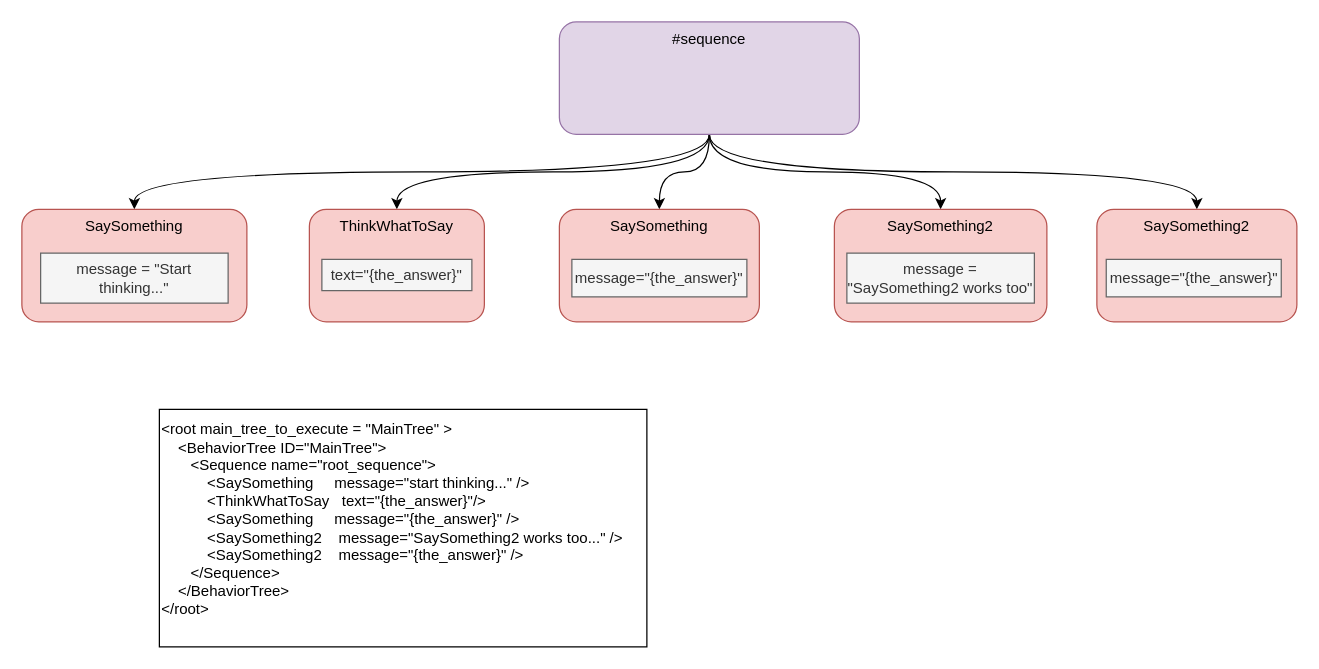
Above: tree.drawio in guitarvydas/behavior_tree_to_cpp (draw.io), before the change. Source tidied: cells renumbered, new cells numbered last; positions are measured from the earlier drawing's top-left corner, leaving out a move shared by most shapes. Both pictures are drawn from the tidied source at 125%, with x=0, y=0 at pixel (21, 21).
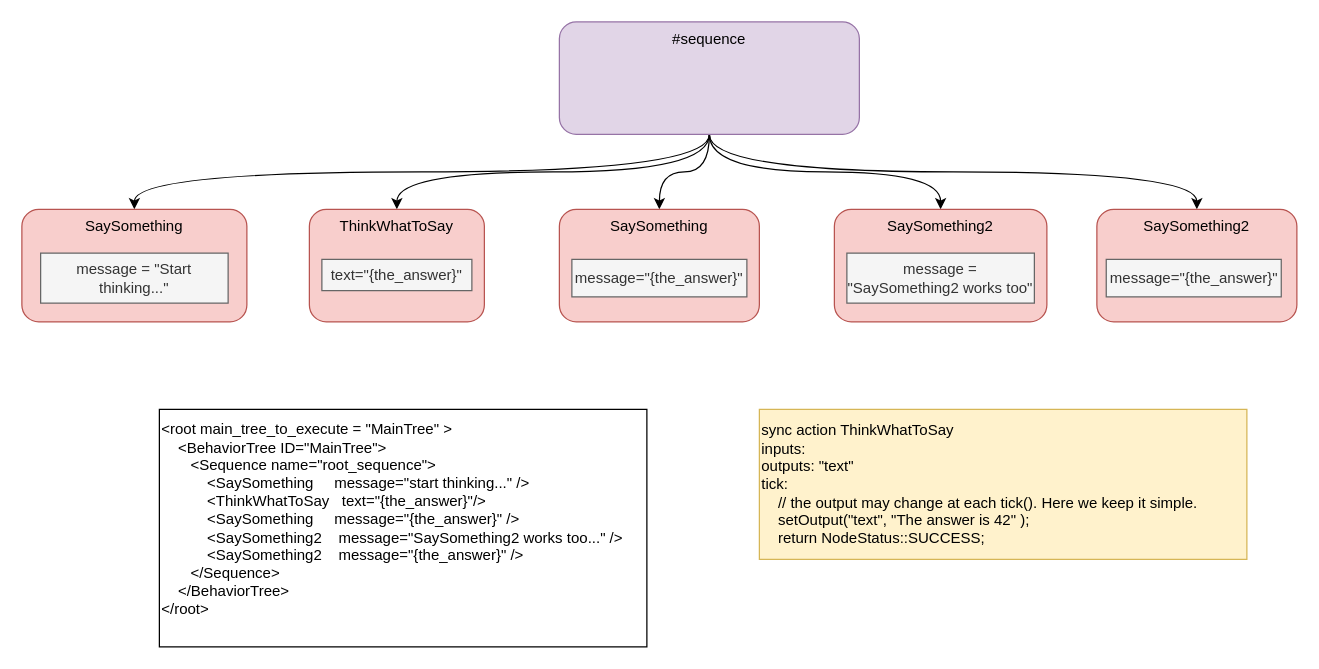
The same diagram, later.

The edit, as a diff of the source:
```diff
@@
 <mxGraphModel>
   <root>
     <mxCell id="0" />
     <mxCell id="1" parent="0" />
     <mxCell id="2" style="edgeStyle=orthogonalEdgeStyle;jettySize=auto;html=1;exitX=0.5;exitY=1;exitDx=0;exitDy=0;verticalAlign=top;curved=1;" parent="1" edge="1" source="7" target="8">
       <mxGeometry relative="1" as="geometry" />
     </mxCell>
     <mxCell id="3" style="edgeStyle=orthogonalEdgeStyle;jettySize=auto;html=1;exitX=0.5;exitY=1;exitDx=0;exitDy=0;curved=1;verticalAlign=top;" parent="1" edge="1" source="7" target="11">
       <mxGeometry relative="1" as="geometry" />
     </mxCell>
     <mxCell id="4" style="edgeStyle=orthogonalEdgeStyle;curved=1;jettySize=auto;html=1;exitX=0.5;exitY=1;exitDx=0;exitDy=0;entryX=0.5;entryY=0;entryDx=0;entryDy=0;verticalAlign=top;" parent="1" edge="1" source="7" target="12">
       <mxGeometry relative="1" as="geometry" />
     </mxCell>
     <mxCell id="5" style="edgeStyle=orthogonalEdgeStyle;curved=1;jettySize=auto;html=1;exitX=0.5;exitY=1;exitDx=0;exitDy=0;entryX=0.5;entryY=0;entryDx=0;entryDy=0;verticalAlign=top;" parent="1" edge="1" source="7" target="9">
       <mxGeometry relative="1" as="geometry" />
     </mxCell>
     <mxCell id="6" style="edgeStyle=orthogonalEdgeStyle;curved=1;jettySize=auto;html=1;exitX=0.5;exitY=1;exitDx=0;exitDy=0;entryX=0.5;entryY=0;entryDx=0;entryDy=0;verticalAlign=top;" parent="1" edge="1" source="7" target="10">
       <mxGeometry relative="1" as="geometry" />
     </mxCell>
     <mxCell id="7" value="#sequence" style="rounded=1;whiteSpace=wrap;html=1;verticalAlign=top;fillColor=#e1d5e7;strokeColor=#9673a6;" parent="1" vertex="1">
       <mxGeometry x="430" width="240" height="90" as="geometry" />
     </mxCell>
     <mxCell id="8" value="SaySomething" style="rounded=1;whiteSpace=wrap;html=1;verticalAlign=top;fillColor=#f8cecc;strokeColor=#b85450;" parent="1" vertex="1">
       <mxGeometry x="430" y="150" width="160" height="90" as="geometry" />
     </mxCell>
     <mxCell id="9" value="SaySomething2" style="rounded=1;whiteSpace=wrap;html=1;verticalAlign=top;fillColor=#f8cecc;strokeColor=#b85450;" parent="1" vertex="1">
       <mxGeometry x="650" y="150" width="170" height="90" as="geometry" />
     </mxCell>
     <mxCell id="10" value="SaySomething2" style="rounded=1;whiteSpace=wrap;html=1;verticalAlign=top;fillColor=#f8cecc;strokeColor=#b85450;" parent="1" vertex="1">
       <mxGeometry x="860" y="150" width="160" height="90" as="geometry" />
     </mxCell>
     <mxCell id="11" value="ThinkWhatToSay" style="rounded=1;whiteSpace=wrap;html=1;verticalAlign=top;fillColor=#f8cecc;strokeColor=#b85450;" parent="1" vertex="1">
       <mxGeometry x="230" y="150" width="140" height="90" as="geometry" />
     </mxCell>
     <mxCell id="12" value="SaySomething" style="rounded=1;whiteSpace=wrap;html=1;verticalAlign=top;fillColor=#f8cecc;strokeColor=#b85450;" parent="1" vertex="1">
       <mxGeometry y="150" width="180" height="90" as="geometry" />
     </mxCell>
     <mxCell id="13" value="message = &quot;SaySomething2 works too&quot;" style="rounded=0;whiteSpace=wrap;html=1;fillColor=#f5f5f5;strokeColor=#666666;fontColor=#333333;" parent="1" vertex="1">
       <mxGeometry x="660" y="185" width="150" height="40" as="geometry" />
     </mxCell>
     <mxCell id="14" value="text=&quot;{the_answer}&quot;" style="rounded=0;whiteSpace=wrap;html=1;fillColor=#f5f5f5;strokeColor=#666666;fontColor=#333333;" parent="1" vertex="1">
       <mxGeometry x="240" y="190" width="120" height="25" as="geometry" />
     </mxCell>
     <mxCell id="15" value="message=&quot;{the_answer}&quot;" style="rounded=0;whiteSpace=wrap;html=1;fillColor=#f5f5f5;strokeColor=#666666;fontColor=#333333;" parent="1" vertex="1">
       <mxGeometry x="440" y="190" width="140" height="30" as="geometry" />
     </mxCell>
     <mxCell id="16" value="message=&quot;{the_answer}&quot;" style="rounded=0;whiteSpace=wrap;html=1;fillColor=#f5f5f5;strokeColor=#666666;fontColor=#333333;" parent="1" vertex="1">
       <mxGeometry x="867.5" y="190" width="140" height="30" as="geometry" />
     </mxCell>
     <mxCell id="17" value="message = &quot;Start thinking...&quot;" style="rounded=0;whiteSpace=wrap;html=1;fillColor=#f5f5f5;strokeColor=#666666;fontColor=#333333;" parent="1" vertex="1">
       <mxGeometry x="15" y="185" width="150" height="40" as="geometry" />
     </mxCell>
     <mxCell id="18" value="&lt;div&gt;&lt;div&gt;&amp;lt;root main_tree_to_execute = &quot;MainTree&quot; &amp;gt;&lt;/div&gt;&lt;div&gt;&amp;nbsp; &amp;nbsp; &amp;lt;BehaviorTree ID=&quot;MainTree&quot;&amp;gt;&lt;/div&gt;&lt;div&gt;&amp;nbsp; &amp;nbsp; &amp;nbsp; &amp;nbsp;&amp;lt;Sequence name=&quot;root_sequence&quot;&amp;gt;&lt;/div&gt;&lt;div&gt;&amp;nbsp; &amp;nbsp; &amp;nbsp; &amp;nbsp; &amp;nbsp; &amp;nbsp;&amp;lt;SaySomething&amp;nbsp; &amp;nbsp; &amp;nbsp;message=&quot;start thinking...&quot; /&amp;gt;&lt;/div&gt;&lt;div&gt;&amp;nbsp; &amp;nbsp; &amp;nbsp; &amp;nbsp; &amp;nbsp; &amp;nbsp;&amp;lt;ThinkWhatToSay&amp;nbsp; &amp;nbsp;text=&quot;{the_answer}&quot;/&amp;gt;&lt;/div&gt;&lt;div&gt;&amp;nbsp; &amp;nbsp; &amp;nbsp; &amp;nbsp; &amp;nbsp; &amp;nbsp;&amp;lt;SaySomething&amp;nbsp; &amp;nbsp; &amp;nbsp;message=&quot;{the_answer}&quot; /&amp;gt;&lt;/div&gt;&lt;div&gt;&amp;nbsp; &amp;nbsp; &amp;nbsp; &amp;nbsp; &amp;nbsp; &amp;nbsp;&amp;lt;SaySomething2&amp;nbsp; &amp;nbsp; message=&quot;SaySomething2 works too...&quot; /&amp;gt;&lt;/div&gt;&lt;div&gt;&amp;nbsp; &amp;nbsp; &amp;nbsp; &amp;nbsp; &amp;nbsp; &amp;nbsp;&amp;lt;SaySomething2&amp;nbsp; &amp;nbsp; message=&quot;{the_answer}&quot; /&amp;gt;&lt;/div&gt;&lt;div&gt;&amp;nbsp; &amp;nbsp; &amp;nbsp; &amp;nbsp;&amp;lt;/Sequence&amp;gt;&lt;/div&gt;&lt;div&gt;&amp;nbsp; &amp;nbsp; &amp;lt;/BehaviorTree&amp;gt;&lt;/div&gt;&lt;div&gt;&amp;lt;/root&amp;gt;&lt;/div&gt;&lt;/div&gt;&lt;div&gt;&lt;br style=&quot;&quot;&gt;&lt;/div&gt;" style="rounded=0;whiteSpace=wrap;html=1;align=left;" parent="1" vertex="1">
       <mxGeometry x="110" y="310" width="390" height="190" as="geometry" />
     </mxCell>
+    <mxCell id="19" value="&lt;span&gt;sync action ThinkWhatToSay&lt;br&gt;inputs:&lt;br&gt;outputs: &quot;text&quot;&lt;br&gt;tick:&lt;br&gt;&lt;/span&gt;&lt;span&gt;&amp;nbsp; &amp;nbsp; // the output may change at each tick(). Here we keep it simple.&lt;/span&gt;&lt;br&gt;&lt;span&gt;&amp;nbsp; &amp;nbsp; setOutput(&quot;text&quot;, &quot;The answer is 42&quot; );&lt;/span&gt;&lt;br&gt;&lt;span&gt;&amp;nbsp; &amp;nbsp; return NodeStatus::SUCCESS;&lt;/span&gt;&lt;br&gt;" style="rounded=0;whiteSpace=wrap;html=1;align=left;fillColor=#fff2cc;strokeColor=#d6b656;" parent="1" vertex="1">
+      <mxGeometry x="590" y="310" width="390" height="120" as="geometry" />
+    </mxCell>
   </root>
 </mxGraphModel>
```
